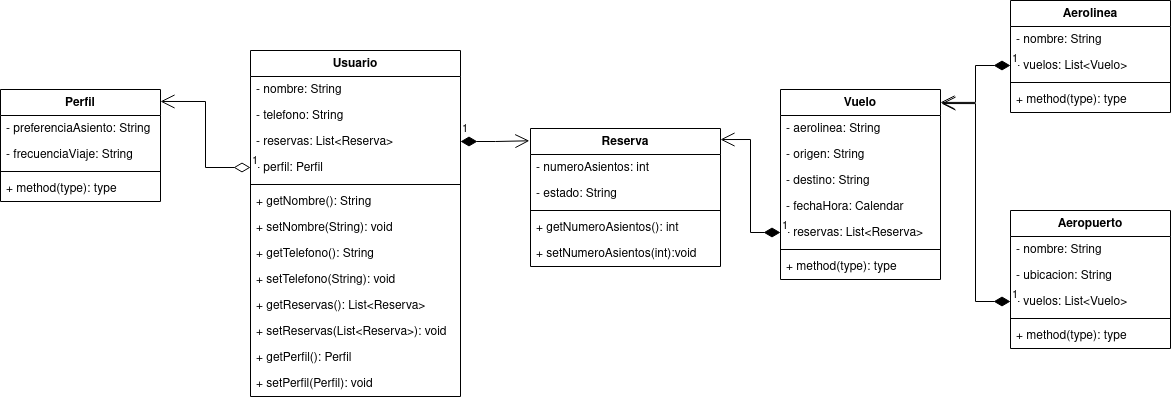
mackstm/examen-ets keeps this draw.io diagram as ejercicio2/diagram/ejercicio2-maxi.png. Above is the earlier version. Source tidied: cells renumbered, new cells last; positions are measured from the earlier drawing's top-left corner, leaving out a move shared by most shapes.
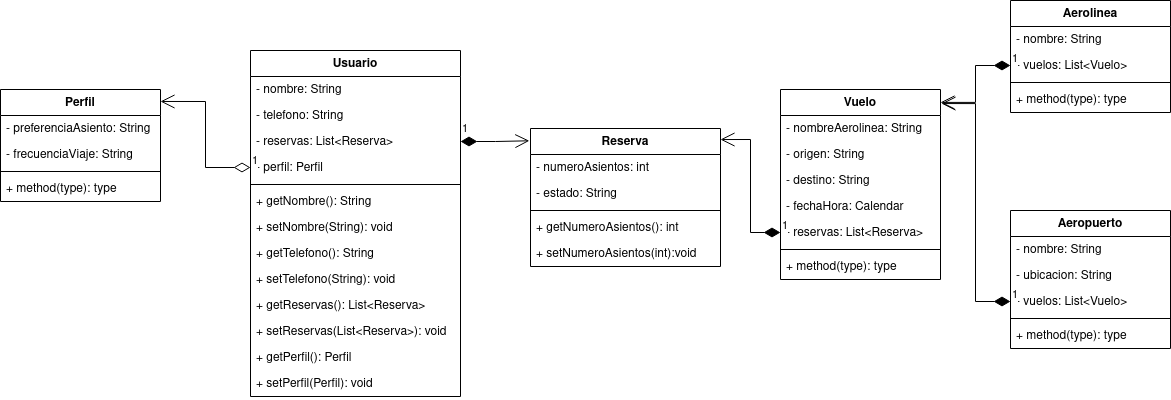
Above is the later version.

Diff of the diagram source:
```diff
@@ -65,7 +65,7 @@
     <mxCell id="22" value="Vuelo" style="swimlane;fontStyle=1;align=center;verticalAlign=top;horizontal=1;startSize=26;whiteSpace=wrap;html=1;" parent="1" vertex="1">
       <mxGeometry x="780" y="89" width="160" height="190" as="geometry" />
     </mxCell>
-    <mxCell id="23" value="- aerolinea: String" style="text;strokeColor=none;fillColor=none;align=left;verticalAlign=top;spacingLeft=4;spacingRight=4;overflow=hidden;whiteSpace=wrap;html=1;" parent="22" vertex="1">
+    <mxCell id="23" value="- nombreAerolinea: String" style="text;strokeColor=none;fillColor=none;align=left;verticalAlign=top;spacingLeft=4;spacingRight=4;overflow=hidden;whiteSpace=wrap;html=1;" parent="22" vertex="1">
       <mxGeometry y="26" width="160" height="26" as="geometry" />
     </mxCell>
     <mxCell id="24" value="- origen: String" style="text;strokeColor=none;fillColor=none;align=left;verticalAlign=top;spacingLeft=4;spacingRight=4;overflow=hidden;whiteSpace=wrap;html=1;" parent="22" vertex="1">
```
